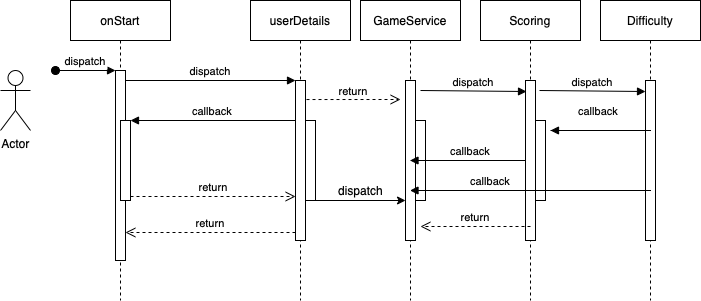
piyush97/tetris keeps this draw.io diagram as Untitled Diagram.drawio.png. Above is the earlier version. Source tidied: cells renumbered, new cells last; positions are measured from the earlier drawing's top-left corner, leaving out a move shared by most shapes.
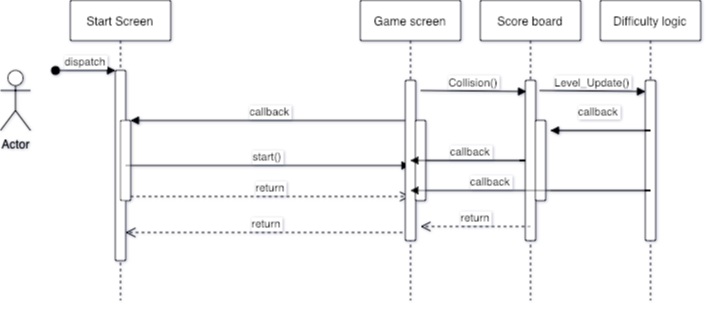
Above is the later version.

Diff of the diagram source:
```diff
@@ -2,7 +2,7 @@
   <root>
     <mxCell id="0" />
     <mxCell id="1" parent="0" />
-    <mxCell id="2" value="onStart" style="shape=umlLifeline;perimeter=lifelinePerimeter;rounded=0;shadow=0;strokeWidth=1;" parent="1" vertex="1">
+    <mxCell id="2" value="Start Screen" style="shape=umlLifeline;perimeter=lifelinePerimeter;rounded=0;shadow=0;strokeWidth=1;" parent="1" vertex="1">
       <mxGeometry x="70" width="100" height="300" as="geometry" />
     </mxCell>
     <mxCell id="3" style="points=[];perimeter=orthogonalPerimeter;rounded=0;shadow=0;strokeWidth=1;" parent="2" vertex="1">
@@ -16,57 +16,37 @@
     <mxCell id="5" style="points=[];perimeter=orthogonalPerimeter;rounded=0;shadow=0;strokeWidth=1;" parent="2" vertex="1">
       <mxGeometry x="50" y="120" width="10" height="80" as="geometry" />
     </mxCell>
-    <mxCell id="6" value="userDetails" style="shape=umlLifeline;perimeter=lifelinePerimeter;rounded=0;shadow=0;strokeWidth=1;" parent="1" vertex="1">
-      <mxGeometry x="250" width="100" height="300" as="geometry" />
-    </mxCell>
-    <mxCell id="7" style="points=[];perimeter=orthogonalPerimeter;rounded=0;shadow=0;strokeWidth=1;" parent="6" vertex="1">
-      <mxGeometry x="45" y="80" width="10" height="160" as="geometry" />
-    </mxCell>
-    <mxCell id="8" style="perimeter=orthogonalPerimeter;rounded=0;shadow=0;strokeWidth=1;" parent="6" vertex="1">
-      <mxGeometry x="55" y="120" width="10" height="80" as="geometry" />
-    </mxCell>
-    <mxCell id="9" value="return" style="verticalAlign=bottom;endArrow=open;dashed=1;endSize=8;exitX=0;exitY=0.95;shadow=0;strokeWidth=1;" parent="1" edge="1" source="7" target="3">
+    <mxCell id="9" value="return" style="verticalAlign=bottom;endArrow=open;dashed=1;endSize=8;exitX=0.3;exitY=0.95;shadow=0;strokeWidth=1;exitDx=0;exitDy=0;exitPerimeter=0;" parent="1" edge="1" source="15" target="3">
       <mxGeometry relative="1" as="geometry" />
     </mxCell>
-    <mxCell id="10" value="dispatch" style="verticalAlign=bottom;endArrow=block;entryX=0;entryY=0;shadow=0;strokeWidth=1;" parent="1" edge="1" source="3" target="7">
+    <mxCell id="10" value="start()" style="verticalAlign=bottom;endArrow=block;shadow=0;strokeWidth=1;" parent="1" edge="1" source="3" target="14">
       <mxGeometry relative="1" as="geometry" />
     </mxCell>
-    <mxCell id="11" value="callback" style="verticalAlign=bottom;endArrow=block;entryX=1;entryY=0;shadow=0;strokeWidth=1;" parent="1" edge="1" source="7" target="5">
+    <mxCell id="11" value="callback" style="verticalAlign=bottom;endArrow=block;entryX=1;entryY=0;shadow=0;strokeWidth=1;" parent="1" edge="1" source="14" target="5">
       <mxGeometry relative="1" as="geometry" />
     </mxCell>
-    <mxCell id="12" value="return" style="verticalAlign=bottom;endArrow=open;dashed=1;endSize=8;exitX=1;exitY=0.95;shadow=0;strokeWidth=1;" parent="1" edge="1" source="5" target="7">
+    <mxCell id="12" value="return" style="verticalAlign=bottom;endArrow=open;dashed=1;endSize=8;exitX=1;exitY=0.95;shadow=0;strokeWidth=1;" parent="1" edge="1" source="5" target="14">
       <mxGeometry relative="1" as="geometry" />
     </mxCell>
     <mxCell id="13" value="Actor" style="shape=umlActor;verticalLabelPosition=bottom;verticalAlign=top;html=1;" parent="1" vertex="1">
       <mxGeometry y="70" width="30" height="60" as="geometry" />
     </mxCell>
-    <mxCell id="14" value="GameService" style="shape=umlLifeline;perimeter=lifelinePerimeter;rounded=0;shadow=0;strokeWidth=1;" parent="1" vertex="1">
+    <mxCell id="14" value="Game screen" style="shape=umlLifeline;perimeter=lifelinePerimeter;rounded=0;shadow=0;strokeWidth=1;" parent="1" vertex="1">
       <mxGeometry x="360" width="100" height="300" as="geometry" />
     </mxCell>
     <mxCell id="15" style="points=[];perimeter=orthogonalPerimeter;rounded=0;shadow=0;strokeWidth=1;" parent="14" vertex="1">
       <mxGeometry x="45" y="80" width="10" height="160" as="geometry" />
     </mxCell>
-    <mxCell id="16" value="dispatch" style="text;html=1;align=center;verticalAlign=middle;fillColor=none;strokeColor=none;rounded=0;" parent="14" vertex="1">
-      <mxGeometry x="-30" y="180" width="60" height="20" as="geometry" />
-    </mxCell>
     <mxCell id="17" style="perimeter=orthogonalPerimeter;rounded=0;shadow=0;strokeWidth=1;" parent="14" vertex="1">
       <mxGeometry x="55" y="120" width="10" height="80" as="geometry" />
     </mxCell>
-    <mxCell id="18" style="edgeStyle=orthogonalEdgeStyle;rounded=0;jettySize=auto;html=1;" parent="1" edge="1" source="7" target="15">
-      <mxGeometry relative="1" as="geometry">
-        <Array as="points">
-          <mxPoint x="355" y="200" />
-          <mxPoint x="355" y="200" />
-        </Array>
-      </mxGeometry>
-    </mxCell>
-    <mxCell id="19" value="Scoring" style="shape=umlLifeline;perimeter=lifelinePerimeter;rounded=0;shadow=0;strokeWidth=1;" parent="1" vertex="1">
+    <mxCell id="19" value="Score board" style="shape=umlLifeline;perimeter=lifelinePerimeter;rounded=0;shadow=0;strokeWidth=1;" parent="1" vertex="1">
       <mxGeometry x="480" width="100" height="300" as="geometry" />
     </mxCell>
     <mxCell id="20" style="points=[];perimeter=orthogonalPerimeter;rounded=0;shadow=0;strokeWidth=1;" parent="19" vertex="1">
       <mxGeometry x="45" y="80" width="10" height="160" as="geometry" />
     </mxCell>
-    <mxCell id="21" value="dispatch" style="verticalAlign=bottom;endArrow=block;shadow=0;strokeWidth=1;entryX=0.1;entryY=0.069;entryDx=0;entryDy=0;entryPerimeter=0;" parent="19" edge="1" target="20">
+    <mxCell id="21" value="Collision()" style="verticalAlign=bottom;endArrow=block;shadow=0;strokeWidth=1;entryX=0.1;entryY=0.069;entryDx=0;entryDy=0;entryPerimeter=0;" parent="19" edge="1" target="20">
       <mxGeometry relative="1" as="geometry">
         <mxPoint x="-60" y="90" as="sourcePoint" />
       </mxGeometry>
@@ -80,13 +60,13 @@
         <mxPoint x="-60" y="226" as="targetPoint" />
       </mxGeometry>
     </mxCell>
-    <mxCell id="24" value="Difficulty" style="shape=umlLifeline;perimeter=lifelinePerimeter;rounded=0;shadow=0;strokeWidth=1;" parent="1" vertex="1">
+    <mxCell id="24" value="Difficulty logic" style="shape=umlLifeline;perimeter=lifelinePerimeter;rounded=0;shadow=0;strokeWidth=1;" parent="1" vertex="1">
       <mxGeometry x="600" width="100" height="300" as="geometry" />
     </mxCell>
     <mxCell id="25" style="perimeter=orthogonalPerimeter;rounded=0;shadow=0;strokeWidth=1;" parent="24" vertex="1">
       <mxGeometry x="45" y="80" width="10" height="160" as="geometry" />
     </mxCell>
-    <mxCell id="26" value="dispatch" style="verticalAlign=bottom;endArrow=block;shadow=0;strokeWidth=1;entryX=0.1;entryY=0.069;entryDx=0;entryDy=0;entryPerimeter=0;" parent="24" edge="1">
+    <mxCell id="26" value="Level_Update()" style="verticalAlign=bottom;endArrow=block;shadow=0;strokeWidth=1;entryX=0.1;entryY=0.069;entryDx=0;entryDy=0;entryPerimeter=0;" parent="24" edge="1">
       <mxGeometry relative="1" as="geometry">
         <mxPoint x="-61" y="90" as="sourcePoint" />
         <mxPoint x="45" y="91" as="targetPoint" />
@@ -117,10 +97,5 @@
         </Array>
       </mxGeometry>
     </mxCell>
-    <mxCell id="30" value="return" style="verticalAlign=bottom;endArrow=open;dashed=1;endSize=8;exitX=1.1;exitY=0.119;shadow=0;strokeWidth=1;exitDx=0;exitDy=0;exitPerimeter=0;" parent="1" edge="1" source="7">
-      <mxGeometry relative="1" as="geometry">
-        <mxPoint x="400" y="99" as="targetPoint" />
-      </mxGeometry>
-    </mxCell>
   </root>
 </mxGraphModel>
```
